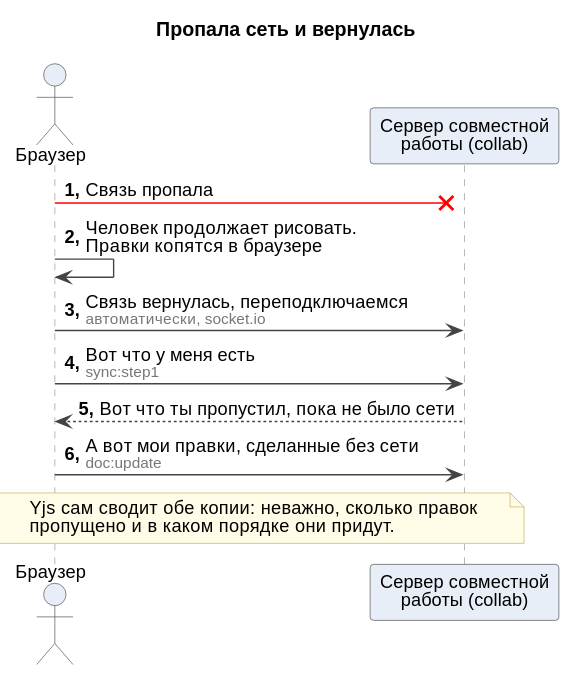
Before: docs/system-design/sequences/03-reconnect.svg, a diagram exported from PlantUML (fanera-team/fanera).
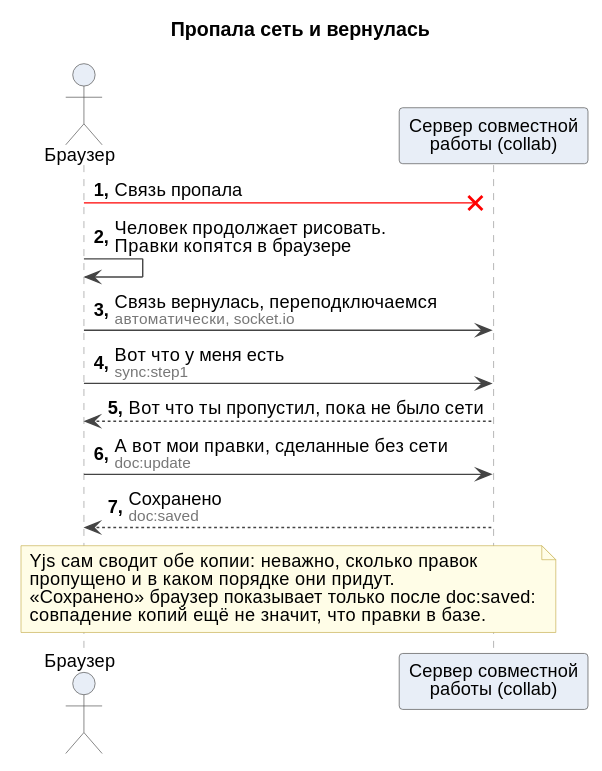
After the commit.

What changed in the source:
```diff
@@ -11,9 +11,12 @@
 B -> S : Вот что у меня есть $t("sync:step1")
 S --> B : Вот что ты пропустил, пока не было сети
 B -> S : А вот мои правки, сделанные без сети $t("doc:update")
+S --> B : Сохранено $t("doc:saved")
 
 note over B, S
   Yjs сам сводит обе копии: неважно, сколько правок
   пропущено и в каком порядке они придут.
+  «Сохранено» браузер показывает только после doc:saved:
+  совпадение копий ещё не значит, что правки в базе.
 end note
 @enduml
```
